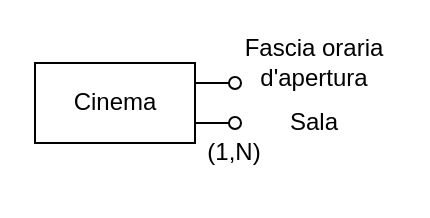
Above: docs/media/er_diagrams/er-diagram_1.drawio in buracchi/cinema-management-system (draw.io), before the change. Source tidied: cells renumbered, new cells numbered last; positions are measured from the earlier drawing's top-left corner, leaving out a move shared by most shapes. Both pictures are drawn from the tidied source at 200%, with x=0, y=0 at pixel (34, 42).
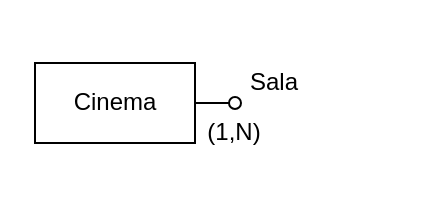
Above is the later version.

The edit, as a diff of the source:
```diff
@@
 <mxGraphModel>
   <root>
     <mxCell id="0" />
     <mxCell id="1" parent="0" />
-    <mxCell id="2" style="edgeStyle=orthogonalEdgeStyle;jettySize=auto;html=1;endArrow=oval;endFill=0;sketch=0;rounded=0;exitX=1;exitY=0.25;exitDx=0;exitDy=0;" parent="1" edge="1" source="4">
-      <mxGeometry relative="1" as="geometry">
-        <mxPoint x="100" y="20" as="targetPoint" />
-      </mxGeometry>
-    </mxCell>
-    <mxCell id="3" style="edgeStyle=orthogonalEdgeStyle;rounded=0;jettySize=auto;html=1;exitX=1;exitY=0.75;exitDx=0;exitDy=0;endArrow=oval;endFill=0;" parent="1" edge="1" source="4">
+    <mxCell id="3" style="edgeStyle=orthogonalEdgeStyle;rounded=0;jettySize=auto;html=1;exitX=1;exitY=0.5;exitDx=0;exitDy=0;endArrow=oval;endFill=0;" parent="1" edge="1" source="4">
       <mxGeometry relative="1" as="geometry">
-        <mxPoint x="100" y="40" as="targetPoint" />
+        <mxPoint x="100" y="30" as="targetPoint" />
       </mxGeometry>
     </mxCell>
     <mxCell id="4" value="Cinema" style="html=1;sketch=0;" parent="1" vertex="1">
       <mxGeometry y="10" width="80" height="40" as="geometry" />
     </mxCell>
-    <mxCell id="5" value="Fascia oraria d'apertura" style="text;html=1;strokeColor=none;fillColor=none;align=center;verticalAlign=middle;whiteSpace=wrap;sketch=0;" parent="1" vertex="1">
-      <mxGeometry x="100" width="80" height="20" as="geometry" />
-    </mxCell>
     <mxCell id="6" value="Sala" style="text;html=1;strokeColor=none;fillColor=none;align=center;verticalAlign=middle;whiteSpace=wrap;rounded=0;" parent="1" vertex="1">
-      <mxGeometry x="120" y="30" width="40" height="20" as="geometry" />
+      <mxGeometry x="100" y="10" width="40" height="20" as="geometry" />
     </mxCell>
     <mxCell id="7" value="(1,N)" style="text;html=1;strokeColor=none;fillColor=none;align=center;verticalAlign=middle;whiteSpace=wrap;rounded=0;" parent="1" vertex="1">
-      <mxGeometry x="70" y="40" width="60" height="30" as="geometry" />
+      <mxGeometry x="70" y="30" width="60" height="30" as="geometry" />
     </mxCell>
   </root>
 </mxGraphModel>
```
